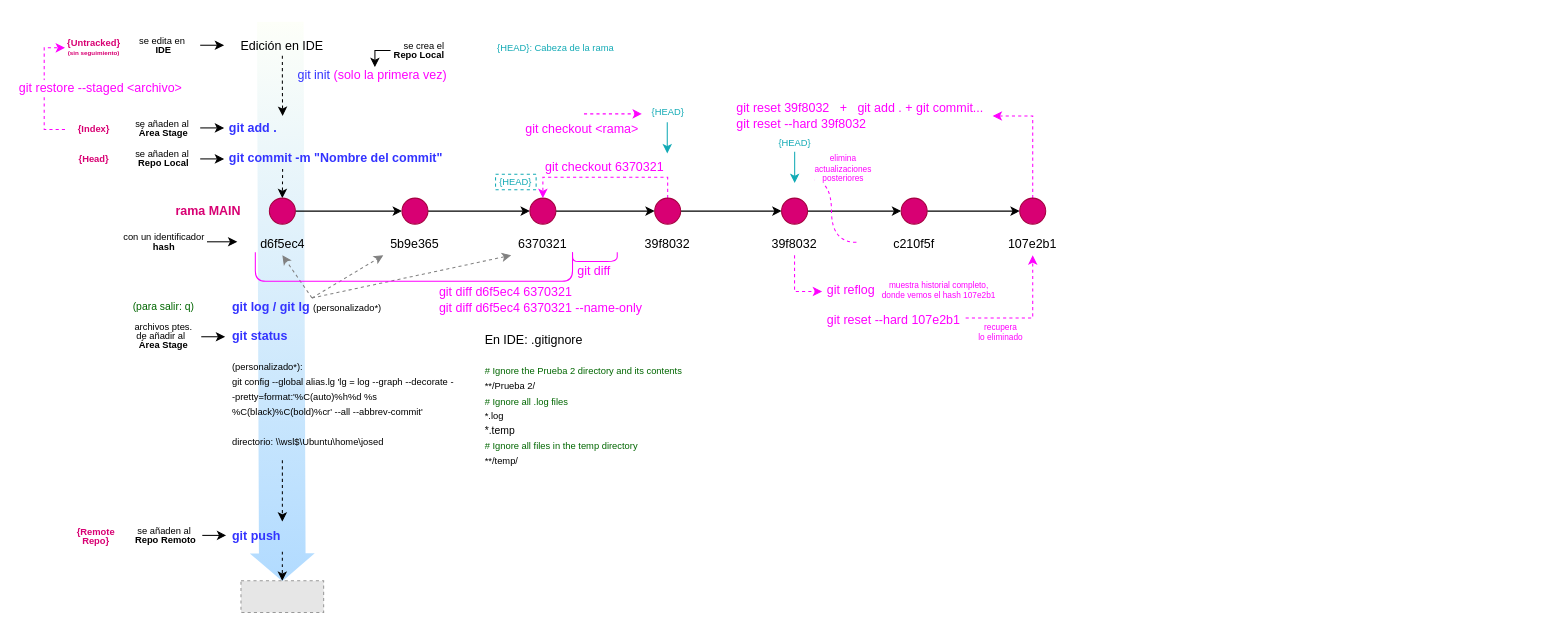
Earlier version of the draw.io diagram Git/Git.drawio (JoseDiazRguez/FORMACION). Source tidied: cells renumbered, new cells numbered last; positions are measured from the earlier drawing's top-left corner, leaving out a move shared by most shapes. Both pictures are drawn from the tidied source at 104%, with x=0, y=0 at pixel (64, 21). Pictures stored in the file or linked from it are replaced by grey dashed boxes.
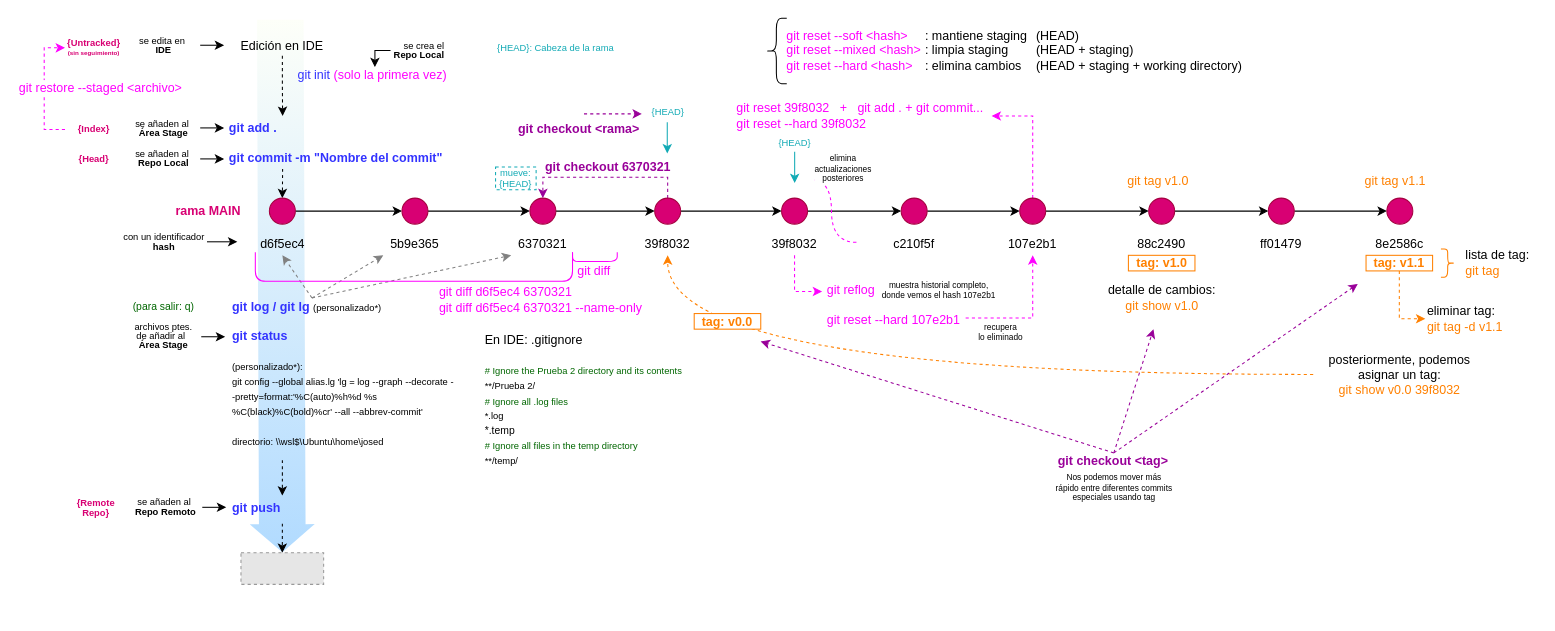
The same page after the edit.

Unchanged cells that the change refers to:
```xml
<mxCell id="15" style="ellipse;whiteSpace=wrap;html=1;fillColor=#d80073;fontColor=#ffffff;strokeColor=#A50040;" parent="1" vertex="1">
  <mxGeometry x="447" y="170" width="25" height="25" as="geometry" />
</mxCell>
<mxCell id="53" style="ellipse;whiteSpace=wrap;html=1;fillColor=#d80073;fontColor=#ffffff;strokeColor=#A50040;" parent="1" vertex="1">
  <mxGeometry x="567" y="170" width="25" height="25" as="geometry" />
</mxCell>
<mxCell id="54" value="39f8032" style="rounded=0;whiteSpace=wrap;html=1;strokeColor=none;fillColor=none;fontStyle=0;" parent="1" vertex="1">
  <mxGeometry x="549" y="202" width="61" height="23" as="geometry" />
</mxCell>
<mxCell id="70" style="ellipse;whiteSpace=wrap;html=1;fillColor=#d80073;fontColor=#ffffff;strokeColor=#A50040;" parent="1" vertex="1">
  <mxGeometry x="918" y="170" width="25" height="25" as="geometry" />
</mxCell>
```

The edit, as a diff of the source:
```diff
@@
     <mxCell id="2" style="shape=flexArrow;endArrow=classic;html=1;rounded=0;endWidth=16.67063020214031;endSize=8.648275862068965;width=44.827586206896555;fillColor=#FDFFF8;gradientColor=#A9D7FF;strokeColor=none;strokeOpacity=100;fillOpacity=90;" parent="1" edge="1">
       <mxGeometry relative="1" as="geometry">
-        <mxPoint x="207" as="sourcePoint" />
-        <mxPoint x="209" y="539" as="targetPoint" />
+        <mxPoint x="207" y="-2" as="sourcePoint" />
+        <mxPoint x="209" y="511" as="targetPoint" />
       </mxGeometry>
     </mxCell>
@@
     <mxCell id="35" value="&lt;div style=&quot;line-height: 100%;&quot;&gt;se añaden al&amp;nbsp;&lt;/div&gt;&lt;div style=&quot;line-height: 100%;&quot;&gt;&lt;b&gt;Repo Remoto&lt;/b&gt;&lt;/div&gt;" style="rounded=0;whiteSpace=wrap;html=1;strokeColor=none;fillColor=none;fontSize=9;" parent="1" vertex="1">
-      <mxGeometry x="62" y="484" width="70" height="20" as="geometry" />
+      <mxGeometry x="62" y="457" width="70" height="20" as="geometry" />
     </mxCell>
     <mxCell id="36" style="edgeStyle=orthogonalEdgeStyle;rounded=0;orthogonalLoop=1;jettySize=auto;html=1;exitX=1;exitY=0.5;exitDx=0;exitDy=0;" parent="1" edge="1">
       <mxGeometry relative="1" as="geometry">
-        <mxPoint x="132" y="494.3" as="sourcePoint" />
-        <mxPoint x="155" y="494" as="targetPoint" />
+        <mxPoint x="132" y="467.3" as="sourcePoint" />
+        <mxPoint x="155" y="467" as="targetPoint" />
       </mxGeometry>
     </mxCell>
     <mxCell id="37" value="git push" style="whiteSpace=wrap;html=1;fillColor=none;strokeColor=none;rounded=0;align=left;verticalAlign=middle;fontFamily=Helvetica;fontSize=12;fontColor=#3333FF;fontStyle=1;" parent="1" vertex="1">
-      <mxGeometry x="159" y="486" width="144" height="17" as="geometry" />
+      <mxGeometry x="159" y="459" width="144" height="17" as="geometry" />
     </mxCell>
-    <mxCell id="38" style="edgeStyle=orthogonalEdgeStyle;rounded=0;orthogonalLoop=1;jettySize=auto;html=1;entryX=0.5;entryY=0;entryDx=0;entryDy=0;curved=1;dashed=1;" parent="1" edge="1">
+    <mxCell id="38" style="edgeStyle=orthogonalEdgeStyle;rounded=0;orthogonalLoop=1;jettySize=auto;html=1;curved=1;dashed=1;" parent="1" edge="1">
       <mxGeometry relative="1" as="geometry">
         <mxPoint x="209" y="422" as="sourcePoint" />
-        <mxPoint x="209" y="481" as="targetPoint" />
+        <mxPoint x="209" y="456" as="targetPoint" />
       </mxGeometry>
     </mxCell>
     <mxCell id="39" style="edgeStyle=orthogonalEdgeStyle;rounded=0;jettySize=auto;html=1;exitX=0.25;exitY=1;exitDx=0;exitDy=0;entryX=0.5;entryY=0;entryDx=0;entryDy=0;curved=1;dashed=1;" parent="1" edge="1" target="40">
       <mxGeometry relative="1" as="geometry">
-        <mxPoint x="209" y="510" as="sourcePoint" />
+        <mxPoint x="209" y="483" as="sourcePoint" />
       </mxGeometry>
     </mxCell>
     <mxCell id="40" style="fillColor=#E6E6E6;strokeColor=#999999;dashed=1;verticalLabelPosition=bottom;labelBackgroundColor=default;verticalAlign=top;" parent="1" vertex="1">
-      <mxGeometry x="169.2" y="538" width="79.5" height="30.4" as="geometry" />
+      <mxGeometry x="169.2" y="511" width="79.5" height="30.4" as="geometry" />
     </mxCell>
@@
     <mxCell id="49" value="&lt;div style=&quot;line-height: 100%;&quot;&gt;{Remote Repo}&lt;/div&gt;" style="rounded=0;whiteSpace=wrap;html=1;strokeColor=none;fillColor=none;fontSize=9;align=center;fontStyle=1;fontColor=#D80073;" parent="1" vertex="1">
-      <mxGeometry x="2" y="484.5" width="56" height="20" as="geometry" />
+      <mxGeometry x="2" y="457.5" width="56" height="20" as="geometry" />
     </mxCell>
@@
-    <mxCell id="51" style="edgeStyle=orthogonalEdgeStyle;rounded=0;jettySize=auto;html=1;exitX=0.5;exitY=0;exitDx=0;exitDy=0;entryX=0.5;entryY=0;entryDx=0;entryDy=0;dashed=1;strokeColor=#FF00FF;" parent="1" edge="1" source="53" target="15">
+    <mxCell id="51" style="edgeStyle=orthogonalEdgeStyle;rounded=0;jettySize=auto;html=1;exitX=0.5;exitY=0;exitDx=0;exitDy=0;entryX=0.5;entryY=0;entryDx=0;entryDy=0;dashed=1;strokeColor=#990099;" parent="1" edge="1" source="53" target="15">
       <mxGeometry relative="1" as="geometry" />
     </mxCell>
@@
-    <mxCell id="55" value="git checkout 6370321" style="whiteSpace=wrap;html=1;fillColor=none;strokeColor=none;rounded=0;align=left;verticalAlign=middle;fontFamily=Helvetica;fontSize=12;fontColor=#FF00FF;" parent="1" vertex="1">
-      <mxGeometry x="460" y="132" width="122" height="15" as="geometry" />
+    <mxCell id="55" value="git checkout 6370321" style="whiteSpace=wrap;html=1;fillColor=none;strokeColor=none;rounded=0;align=left;verticalAlign=middle;fontFamily=Helvetica;fontSize=12;fontColor=#990099;fontStyle=1;" parent="1" vertex="1">
+      <mxGeometry x="460" y="132" width="132" height="15" as="geometry" />
     </mxCell>
-    <mxCell id="56" value="{HEAD}" style="whiteSpace=wrap;html=1;fillColor=none;strokeColor=#12AAB5;rounded=0;align=center;verticalAlign=middle;fontFamily=Helvetica;fontSize=9;fontColor=#12AAB5;dashed=1;" parent="1" vertex="1">
-      <mxGeometry x="414" y="147" width="39" height="15" as="geometry" />
+    <mxCell id="56" value="mueve:&lt;div&gt;{HEAD}&lt;/div&gt;" style="whiteSpace=wrap;html=1;fillColor=none;strokeColor=#12AAB5;rounded=0;align=center;verticalAlign=middle;fontFamily=Helvetica;fontSize=9;fontColor=#12AAB5;dashed=1;" parent="1" vertex="1">
+      <mxGeometry x="414" y="140" width="39" height="22" as="geometry" />
     </mxCell>
@@
-    <mxCell id="60" value="git checkout &amp;lt;rama&amp;gt;" style="whiteSpace=wrap;html=1;fillColor=none;strokeColor=none;rounded=0;align=left;verticalAlign=middle;fontFamily=Helvetica;fontSize=12;fontColor=#FF00FF;" parent="1" vertex="1">
-      <mxGeometry x="441" y="96" width="122" height="15" as="geometry" />
+    <mxCell id="60" value="git checkout &amp;lt;rama&amp;gt;" style="whiteSpace=wrap;html=1;fillColor=none;strokeColor=none;rounded=0;align=left;verticalAlign=middle;fontFamily=Helvetica;fontSize=12;fontColor=#990099;fontStyle=1;" parent="1" vertex="1">
+      <mxGeometry x="434" y="96" width="129" height="15" as="geometry" />
     </mxCell>
-    <mxCell id="61" style="edgeStyle=orthogonalEdgeStyle;rounded=0;orthogonalLoop=1;jettySize=auto;html=1;dashed=1;strokeColor=#FF00FF;" parent="1" edge="1">
+    <mxCell id="61" style="edgeStyle=orthogonalEdgeStyle;rounded=0;orthogonalLoop=1;jettySize=auto;html=1;dashed=1;strokeColor=#990099;" parent="1" edge="1">
       <mxGeometry relative="1" as="geometry">
         <mxPoint x="499" y="89" as="sourcePoint" />
         <mxPoint x="554.7" y="89" as="targetPoint" />
       </mxGeometry>
     </mxCell>
@@
+    <mxCell id="81" style="edgeStyle=orthogonalEdgeStyle;rounded=0;jettySize=auto;html=1;exitX=1;exitY=0.5;exitDx=0;exitDy=0;entryX=0;entryY=0.5;entryDx=0;entryDy=0;" parent="1" edge="1" source="70" target="83">
+      <mxGeometry relative="1" as="geometry" />
+    </mxCell>
@@
     <mxCell id="72" value="&lt;div style=&quot;text-align: left;&quot;&gt;git reset&amp;nbsp;39f8032&amp;nbsp; &amp;nbsp;+&amp;nbsp; &amp;nbsp;git add . + git commit...&lt;/div&gt;&lt;div style=&quot;text-align: left;&quot;&gt;git reset --hard&amp;nbsp;39f8032&lt;/div&gt;" style="whiteSpace=wrap;html=1;fillColor=none;strokeColor=none;rounded=0;align=left;verticalAlign=middle;fontFamily=Helvetica;fontSize=12;fontColor=#FF00FF;" parent="1" vertex="1">
-      <mxGeometry x="644" y="75.5" width="248" height="31" as="geometry" />
+      <mxGeometry x="644" y="75.5" width="247" height="31" as="geometry" />
     </mxCell>
@@
-    <mxCell id="77" value="elimina&lt;div&gt;actualizaciones&lt;/div&gt;&lt;div&gt;posteriores&lt;/div&gt;" style="endArrow=none;html=1;rounded=0;edgeStyle=orthogonalEdgeStyle;curved=1;dashed=1;strokeColor=#FF00FF;fontSize=8;fontColor=#FF00FF;" parent="1" edge="1">
+    <mxCell id="77" value="&lt;font style=&quot;color: rgb(0, 0, 0);&quot;&gt;elimina&lt;/font&gt;&lt;div&gt;&lt;font style=&quot;color: rgb(0, 0, 0);&quot;&gt;actualizaciones&lt;/font&gt;&lt;/div&gt;&lt;div&gt;&lt;font style=&quot;color: rgb(0, 0, 0);&quot;&gt;posteriores&lt;/font&gt;&lt;/div&gt;" style="endArrow=none;html=1;rounded=0;edgeStyle=orthogonalEdgeStyle;curved=1;dashed=1;strokeColor=#FF00FF;fontSize=8;fontColor=#FF00FF;" parent="1" edge="1">
       <mxGeometry x="0.63" y="-15" relative="1" as="geometry">
         <mxPoint x="761" y="212.5" as="sourcePoint" />
         <mxPoint x="718" y="152.5" as="targetPoint" />
         <Array as="points">
           <mxPoint x="737" y="212.5" />
           <mxPoint x="737" y="152.5" />
         </Array>
         <mxPoint x="11" y="4" as="offset" />
       </mxGeometry>
     </mxCell>
-    <mxCell id="78" value="recupera&lt;div&gt;lo eliminado&lt;/div&gt;" style="rounded=0;whiteSpace=wrap;html=1;strokeColor=none;fillColor=none;fontSize=8;fontStyle=0;fontColor=#FF00FF;" parent="1" vertex="1">
+    <mxCell id="78" value="recupera&lt;div&gt;lo eliminado&lt;/div&gt;" style="rounded=0;whiteSpace=wrap;html=1;strokeColor=none;fillColor=none;fontSize=8;fontStyle=0;fontColor=default;" parent="1" vertex="1">
       <mxGeometry x="875" y="289" width="50" height="20" as="geometry" />
     </mxCell>
-    <mxCell id="79" value="muestra historial completo, donde vemos el hash 107e2b1" style="rounded=0;whiteSpace=wrap;html=1;strokeColor=none;fillColor=none;fontSize=8;fontStyle=0;fontColor=#FF00FF;" parent="1" vertex="1">
+    <mxCell id="79" value="muestra historial completo, donde vemos el hash 107e2b1" style="rounded=0;whiteSpace=wrap;html=1;strokeColor=none;fillColor=none;fontSize=8;fontStyle=0;fontColor=default;" parent="1" vertex="1">
       <mxGeometry x="782" y="253" width="117" height="12" as="geometry" />
     </mxCell>
@@
+    <mxCell id="82" style="edgeStyle=orthogonalEdgeStyle;rounded=0;jettySize=auto;html=1;exitX=1;exitY=0.5;exitDx=0;exitDy=0;entryX=0;entryY=0.5;entryDx=0;entryDy=0;" parent="1" edge="1" source="83" target="86">
+      <mxGeometry relative="1" as="geometry" />
+    </mxCell>
+    <mxCell id="83" style="ellipse;whiteSpace=wrap;html=1;fillColor=#d80073;fontColor=#ffffff;strokeColor=#A50040;" parent="1" vertex="1">
+      <mxGeometry x="1042" y="170" width="25" height="25" as="geometry" />
+    </mxCell>
+    <mxCell id="84" value="88c2490" style="rounded=0;whiteSpace=wrap;html=1;strokeColor=none;fillColor=none;fontStyle=0;" parent="1" vertex="1">
+      <mxGeometry x="1024" y="202" width="61" height="23" as="geometry" />
+    </mxCell>
+    <mxCell id="85" style="edgeStyle=orthogonalEdgeStyle;rounded=0;jettySize=auto;html=1;exitX=1;exitY=0.5;exitDx=0;exitDy=0;entryX=0;entryY=0.5;entryDx=0;entryDy=0;" parent="1" edge="1" source="86" target="88">
+      <mxGeometry relative="1" as="geometry" />
+    </mxCell>
+    <mxCell id="86" style="ellipse;whiteSpace=wrap;html=1;fillColor=#d80073;fontColor=#ffffff;strokeColor=#A50040;" parent="1" vertex="1">
+      <mxGeometry x="1157" y="170" width="25" height="25" as="geometry" />
+    </mxCell>
+    <mxCell id="87" value="ff01479" style="rounded=0;whiteSpace=wrap;html=1;strokeColor=none;fillColor=none;fontStyle=0;" parent="1" vertex="1">
+      <mxGeometry x="1139" y="202" width="61" height="23" as="geometry" />
+    </mxCell>
+    <mxCell id="88" style="ellipse;whiteSpace=wrap;html=1;fillColor=#d80073;fontColor=#ffffff;strokeColor=#A50040;" parent="1" vertex="1">
+      <mxGeometry x="1271" y="170" width="25" height="25" as="geometry" />
+    </mxCell>
+    <mxCell id="89" value="8e2586c" style="rounded=0;whiteSpace=wrap;html=1;strokeColor=none;fillColor=none;fontStyle=0;" parent="1" vertex="1">
+      <mxGeometry x="1253" y="202" width="61" height="23" as="geometry" />
+    </mxCell>
+    <mxCell id="90" value="tag: v1.0" style="whiteSpace=wrap;html=1;fillColor=none;strokeColor=#FF8000;rounded=0;align=center;verticalAlign=middle;fontFamily=Helvetica;fontSize=12;fontColor=#FF8000;fontStyle=1;" parent="1" vertex="1">
+      <mxGeometry x="1022.5" y="225" width="64" height="15" as="geometry" />
+    </mxCell>
+    <mxCell id="91" value="git tag v1.0" style="whiteSpace=wrap;html=1;fillColor=none;strokeColor=none;rounded=0;align=left;verticalAlign=middle;fontFamily=Helvetica;fontSize=12;fontColor=#FF8000;" parent="1" vertex="1">
+      <mxGeometry x="1019.5" y="146" width="70" height="15" as="geometry" />
+    </mxCell>
+    <mxCell id="92" style="edgeStyle=orthogonalEdgeStyle;rounded=0;jettySize=auto;html=1;exitX=0.5;exitY=1;exitDx=0;exitDy=0;entryX=0;entryY=0.5;entryDx=0;entryDy=0;dashed=1;strokeColor=#FF8000;" parent="1" edge="1" source="93" target="108">
+      <mxGeometry relative="1" as="geometry" />
+    </mxCell>
+    <mxCell id="93" value="tag: v1.1" style="whiteSpace=wrap;html=1;fillColor=none;strokeColor=#FF8000;rounded=0;align=center;verticalAlign=middle;fontFamily=Helvetica;fontSize=12;fontColor=#FF8000;fontStyle=1;" parent="1" vertex="1">
+      <mxGeometry x="1251" y="225" width="64" height="15" as="geometry" />
+    </mxCell>
+    <mxCell id="94" value="git tag v1.1" style="whiteSpace=wrap;html=1;fillColor=none;strokeColor=none;rounded=0;align=left;verticalAlign=middle;fontFamily=Helvetica;fontSize=12;fontColor=#FF8000;" parent="1" vertex="1">
+      <mxGeometry x="1248" y="146" width="70" height="15" as="geometry" />
+    </mxCell>
+    <mxCell id="95" value="&lt;font style=&quot;color: rgb(0, 0, 0);&quot;&gt;detalle de cambios:&lt;/font&gt;&lt;div&gt;&lt;font style=&quot;color: rgb(255, 128, 0);&quot;&gt;git show v1.0&lt;/font&gt;&lt;/div&gt;" style="whiteSpace=wrap;html=1;fillColor=none;strokeColor=none;rounded=0;align=center;verticalAlign=middle;fontFamily=Helvetica;fontSize=12;fontColor=#FF00FF;" parent="1" vertex="1">
+      <mxGeometry x="998.5" y="247" width="112" height="37" as="geometry" />
+    </mxCell>
+    <mxCell id="96" style="shape=curlyBracket;whiteSpace=wrap;html=1;rounded=1;labelPosition=left;verticalLabelPosition=middle;align=right;verticalAlign=middle;direction=west;strokeColor=#FF8000;" parent="1" vertex="1">
+      <mxGeometry x="1323" y="219" width="13" height="27" as="geometry" />
+    </mxCell>
+    <mxCell id="97" value="&lt;div&gt;&lt;font style=&quot;color: rgb(0, 0, 0);&quot;&gt;lista de tag:&lt;/font&gt;&lt;/div&gt;&lt;div&gt;&lt;font style=&quot;color: rgb(255, 128, 0);&quot;&gt;git tag&lt;/font&gt;&lt;/div&gt;" style="whiteSpace=wrap;html=1;fillColor=none;strokeColor=none;rounded=0;align=left;verticalAlign=middle;fontFamily=Helvetica;fontSize=12;fontColor=#FF00FF;" parent="1" vertex="1">
+      <mxGeometry x="1345" y="217" width="71" height="30" as="geometry" />
+    </mxCell>
+    <mxCell id="98" style="edgeStyle=orthogonalEdgeStyle;rounded=0;jettySize=auto;html=1;exitX=0;exitY=0.5;exitDx=0;exitDy=0;entryX=0.5;entryY=1;entryDx=0;entryDy=0;curved=1;strokeColor=#FF8000;dashed=1;" parent="1" edge="1" target="54">
+      <mxGeometry relative="1" as="geometry">
+        <mxPoint x="1200.2" y="339.5" as="sourcePoint" />
+      </mxGeometry>
+    </mxCell>
+    <mxCell id="99" value="&lt;font style=&quot;color: rgb(0, 0, 0);&quot;&gt;posteriormente, podemos asignar un tag:&lt;/font&gt;&lt;div&gt;&lt;font style=&quot;color: rgb(255, 128, 0);&quot;&gt;git show v0.0 39f8032&lt;/font&gt;&lt;/div&gt;" style="whiteSpace=wrap;html=1;fillColor=none;strokeColor=none;rounded=0;align=center;verticalAlign=middle;fontFamily=Helvetica;fontSize=12;fontColor=#FF00FF;" parent="1" vertex="1">
+      <mxGeometry x="1210.2" y="321" width="146.5" height="37" as="geometry" />
+    </mxCell>
+    <mxCell id="100" value="tag: v0.0" style="whiteSpace=wrap;html=1;fillColor=default;strokeColor=#FF8000;rounded=0;align=center;verticalAlign=middle;fontFamily=Helvetica;fontSize=12;fontColor=#FF8000;fontStyle=1;" parent="1" vertex="1">
+      <mxGeometry x="605" y="281" width="64" height="15" as="geometry" />
+    </mxCell>
+    <mxCell id="101" style="rounded=0;jettySize=auto;html=1;exitX=0.5;exitY=0;exitDx=0;exitDy=0;dashed=1;strokeColor=#990099;" parent="1" edge="1" source="104">
+      <mxGeometry relative="1" as="geometry">
+        <mxPoint x="1046.6" y="296" as="targetPoint" />
+      </mxGeometry>
+    </mxCell>
+    <mxCell id="102" style="rounded=0;jettySize=auto;html=1;exitX=0.5;exitY=0;exitDx=0;exitDy=0;dashed=1;strokeColor=#990099;" parent="1" edge="1" source="104">
+      <mxGeometry relative="1" as="geometry">
+        <mxPoint x="1243.1" y="252.5" as="targetPoint" />
+      </mxGeometry>
+    </mxCell>
+    <mxCell id="103" style="rounded=0;jettySize=auto;html=1;exitX=0.5;exitY=0;exitDx=0;exitDy=0;dashed=1;strokeColor=#990099;" parent="1" edge="1" source="104">
+      <mxGeometry relative="1" as="geometry">
+        <mxPoint x="668.9" y="307.8" as="targetPoint" />
+      </mxGeometry>
+    </mxCell>
+    <mxCell id="104" value="git checkout &amp;lt;tag&amp;gt;" style="whiteSpace=wrap;html=1;fillColor=none;strokeColor=none;rounded=0;align=left;verticalAlign=middle;fontFamily=Helvetica;fontSize=12;fontColor=#990099;fontStyle=1;" parent="1" vertex="1">
+      <mxGeometry x="953" y="415" width="111" height="15" as="geometry" />
+    </mxCell>
+    <mxCell id="105" value="Nos podemos mover más rápido entre diferentes commits especiales usando tag" style="rounded=0;whiteSpace=wrap;html=1;strokeColor=none;fillColor=none;fontSize=8;fontStyle=0;fontColor=default;" parent="1" vertex="1">
+      <mxGeometry x="950.5" y="439" width="116" height="20" as="geometry" />
+    </mxCell>
+    <mxCell id="106" style="shape=curlyBracket;whiteSpace=wrap;html=1;rounded=1;labelPosition=left;verticalLabelPosition=middle;align=right;verticalAlign=middle;" parent="1" vertex="1">
+      <mxGeometry x="674" y="-3" width="20" height="63" as="geometry" />
+    </mxCell>
+    <mxCell id="107" value="&lt;div style=&quot;text-align: left;&quot;&gt;&lt;font&gt;&lt;div style=&quot;&quot;&gt;&lt;font&gt;&lt;span style=&quot;background-color: transparent;&quot;&gt;&lt;font style=&quot;&quot;&gt;&lt;font style=&quot;color: rgb(255, 0, 255);&quot;&gt;git reset --soft &amp;lt;hash&amp;gt;&lt;/font&gt;&lt;font style=&quot;color: rgb(0, 0, 0);&quot;&gt; &lt;/font&gt;&lt;span style=&quot;color: light-dark(rgb(255, 0, 255), rgb(255, 112, 255)); white-space: pre;&quot;&gt;&#9;&lt;/span&gt;&lt;font style=&quot;color: rgb(0, 0, 0);&quot;&gt;:&amp;nbsp;&lt;/font&gt;&lt;/font&gt;&lt;font style=&quot;color: rgb(0, 0, 0);&quot;&gt;mantiene staging&lt;font&gt;&amp;nbsp;&lt;span style=&quot;white-space: pre;&quot;&gt;&#9;&lt;/span&gt;(&lt;/font&gt;&lt;/font&gt;&lt;/span&gt;&lt;span style=&quot;background-color: transparent;&quot;&gt;&lt;font style=&quot;color: rgb(0, 0, 0);&quot;&gt;HEAD)&lt;/font&gt;&lt;/span&gt;&lt;/font&gt;&lt;/div&gt;&lt;/font&gt;&lt;/div&gt;&lt;div style=&quot;text-align: left;&quot;&gt;&lt;font&gt;&lt;span style=&quot;background-color: transparent;&quot;&gt;&lt;font style=&quot;&quot;&gt;&lt;font style=&quot;color: rgb(255, 0, 255);&quot;&gt;git reset --mixed &amp;lt;hash&amp;gt;&lt;/font&gt;&lt;span style=&quot;color: light-dark(rgb(255, 0, 255), rgb(255, 112, 255)); white-space: pre;&quot;&gt;&#9;&lt;/span&gt;&lt;font style=&quot;color: rgb(0, 0, 0);&quot;&gt;: &lt;/font&gt;&lt;/font&gt;&lt;font style=&quot;color: rgb(0, 0, 0);&quot;&gt;limpia staging&lt;font style=&quot;&quot;&gt;&amp;nbsp;&lt;span style=&quot;white-space: pre;&quot;&gt;&#9;&lt;/span&gt;(&lt;/font&gt;&lt;/font&gt;&lt;/span&gt;&lt;span style=&quot;background-color: transparent;&quot;&gt;&lt;font style=&quot;color: rgb(0, 0, 0);&quot;&gt;HEAD + staging)&lt;/font&gt;&lt;/span&gt;&lt;/font&gt;&lt;/div&gt;&lt;div style=&quot;text-align: left;&quot;&gt;&lt;font&gt;&lt;span style=&quot;background-color: transparent;&quot;&gt;&lt;font style=&quot;color: rgb(255, 0, 255);&quot;&gt;git reset --hard&amp;nbsp;&amp;lt;hash&amp;gt;&lt;/font&gt;&lt;font style=&quot;color: rgb(0, 0, 0);&quot;&gt;&amp;nbsp; &lt;/font&gt;&lt;span style=&quot;color: light-dark(rgb(255, 0, 255), rgb(255, 112, 255)); white-space: pre;&quot;&gt;&#9;&lt;/span&gt;&lt;font style=&quot;color: rgb(0, 0, 0);&quot;&gt;: elimina cambios &lt;span style=&quot;white-space: pre;&quot;&gt;&#9;&lt;/span&gt;(&lt;/font&gt;&lt;/span&gt;&lt;span style=&quot;background-color: transparent;&quot;&gt;&lt;font style=&quot;color: rgb(0, 0, 0);&quot;&gt;HEAD + staging + working directory)&lt;/font&gt;&lt;/span&gt;&lt;/font&gt;&lt;/div&gt;" style="whiteSpace=wrap;html=1;fillColor=none;strokeColor=none;rounded=0;align=left;verticalAlign=middle;fontFamily=Helvetica;fontSize=12;fontColor=#FF00FF;" parent="1" vertex="1">
+      <mxGeometry x="692" y="3" width="463" height="49" as="geometry" />
+    </mxCell>
+    <mxCell id="108" value="&lt;div&gt;&lt;font style=&quot;color: rgb(0, 0, 0);&quot;&gt;eliminar tag:&lt;/font&gt;&lt;/div&gt;&lt;div&gt;&lt;span style=&quot;color: rgb(255, 128, 0);&quot;&gt;git tag -d v1.1&lt;/span&gt;&lt;/div&gt;" style="whiteSpace=wrap;html=1;fillColor=none;strokeColor=none;rounded=0;align=left;verticalAlign=middle;fontFamily=Helvetica;fontSize=12;fontColor=#FF00FF;" parent="1" vertex="1">
+      <mxGeometry x="1308" y="271" width="82" height="30" as="geometry" />
+    </mxCell>
```
